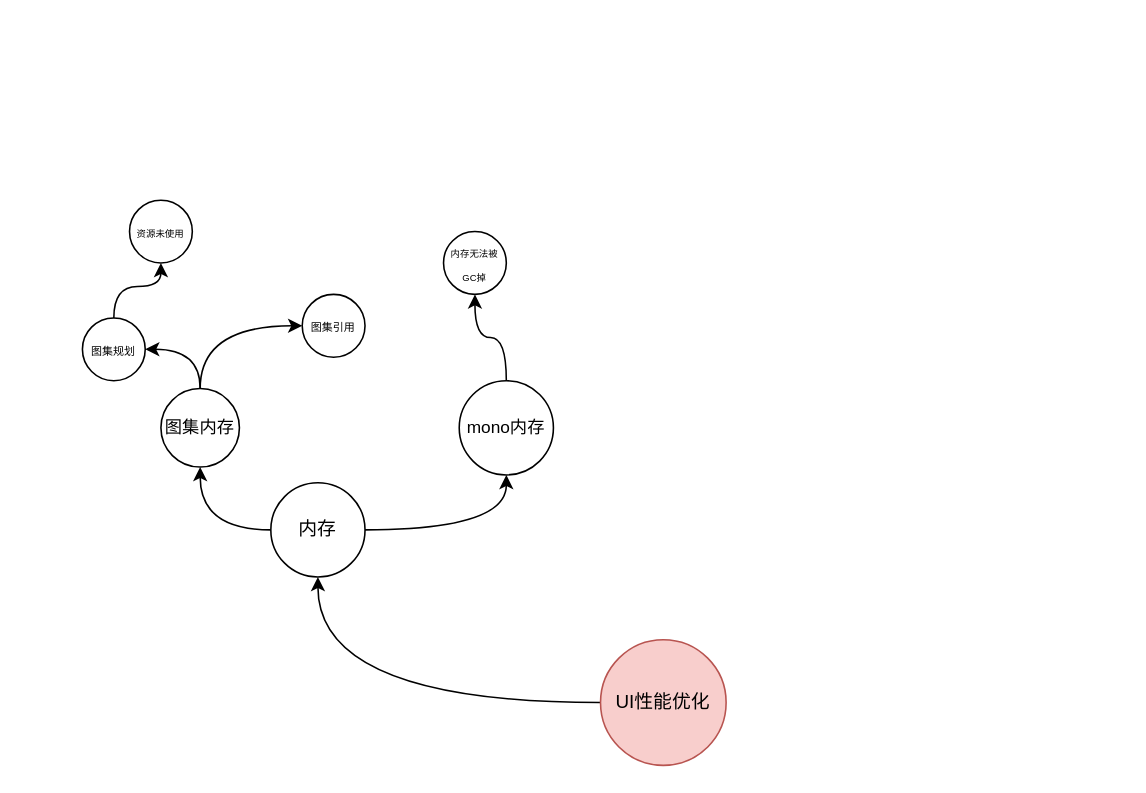
The draw.io diagram UI性能优化.drawio in RabbitMeatMeat/drawio_cloud, before the edit. Source tidied: cells renumbered, new cells numbered last; positions are measured from the earlier drawing's top-left corner, leaving out a move shared by most shapes. Both pictures are drawn from the tidied source at 157%, with x=0, y=0 at pixel (82, 199).
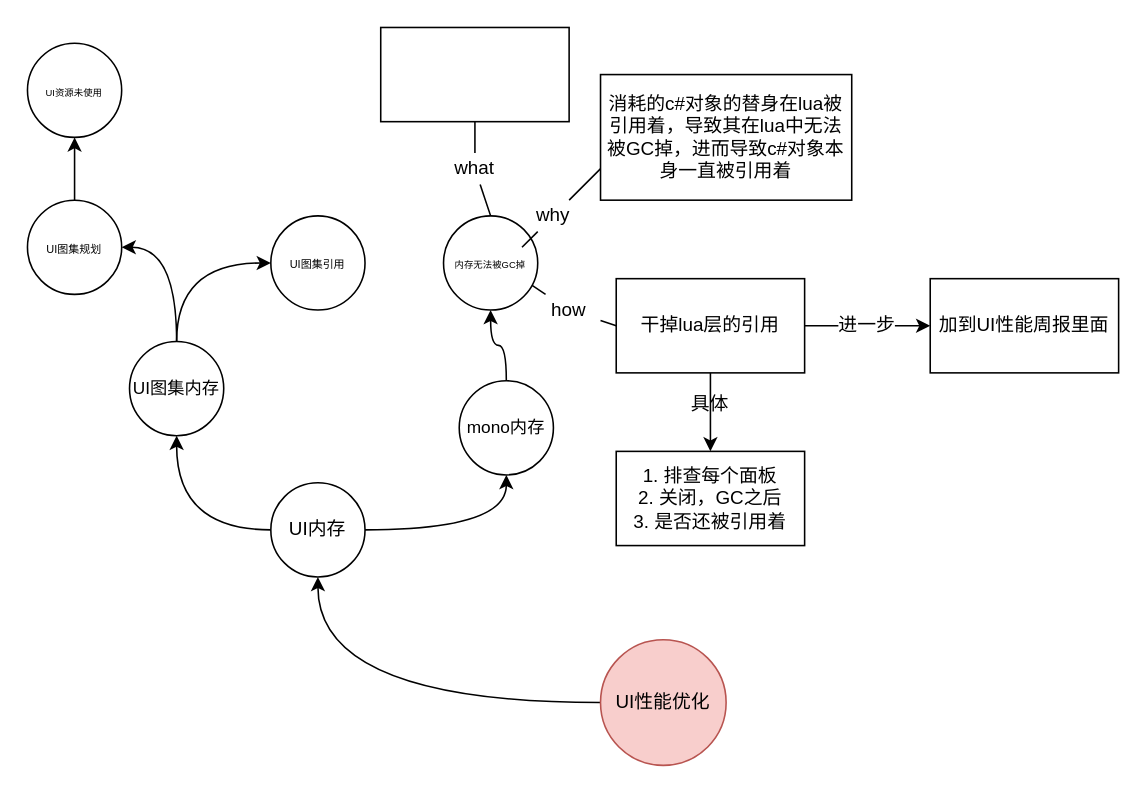
Above is the later version.

Commit message:
更新UI性能优化.drawio

The edit, as a diff of the source:
```diff
@@
+    <mxCell id="17" style="endArrow=none;html=1;" parent="1" edge="1" source="20">
+      <mxGeometry relative="1" as="geometry">
+        <mxPoint x="280" y="50" as="targetPoint" />
+      </mxGeometry>
+    </mxCell>
+    <mxCell id="18" style="endArrow=none;html=1;" parent="1" edge="1" source="22">
+      <mxGeometry relative="1" as="geometry">
+        <mxPoint x="330" y="-20" as="targetPoint" />
+        <Array as="points">
+          <mxPoint x="340" y="-30" />
+        </Array>
+      </mxGeometry>
+    </mxCell>
@@
-    <mxCell id="6" value="内存" style="ellipse;whiteSpace=wrap;html=1;" parent="1" vertex="1">
+    <mxCell id="6" value="UI内存" style="ellipse;whiteSpace=wrap;html=1;" parent="1" vertex="1">
       <mxGeometry x="120" y="180" width="60" height="60" as="geometry" />
     </mxCell>
@@
-    <mxCell id="11" value="&lt;font style=&quot;font-size: 11px&quot;&gt;图集内存&lt;/font&gt;" style="ellipse;whiteSpace=wrap;html=1;" parent="1" vertex="1">
-      <mxGeometry x="50" y="120" width="50" height="50" as="geometry" />
+    <mxCell id="11" value="&lt;font style=&quot;font-size: 11px&quot;&gt;UI图集内存&lt;/font&gt;" style="ellipse;whiteSpace=wrap;html=1;" parent="1" vertex="1">
+      <mxGeometry x="30" y="90" width="60" height="60" as="geometry" />
     </mxCell>
@@
-    <mxCell id="13" value="&lt;font style=&quot;font-size: 7px&quot;&gt;图集规划&lt;/font&gt;" style="ellipse;whiteSpace=wrap;html=1;" parent="1" vertex="1">
-      <mxGeometry y="75" width="40" height="40" as="geometry" />
+    <mxCell id="13" value="&lt;font style=&quot;font-size: 7px&quot;&gt;UI图集规划&lt;/font&gt;" style="ellipse;whiteSpace=wrap;html=1;" parent="1" vertex="1">
+      <mxGeometry x="-35" width="60" height="60" as="geometry" />
     </mxCell>
-    <mxCell id="14" value="&lt;font style=&quot;font-size: 7px ; line-height: 100%&quot;&gt;图集引用&lt;/font&gt;" style="ellipse;whiteSpace=wrap;html=1;" parent="1" vertex="1">
-      <mxGeometry x="140" y="60" width="40" height="40" as="geometry" />
+    <mxCell id="14" value="&lt;font style=&quot;font-size: 7px ; line-height: 100%&quot;&gt;UI图集引用&lt;/font&gt;" style="ellipse;whiteSpace=wrap;html=1;" parent="1" vertex="1">
+      <mxGeometry x="120" y="10" width="60" height="60" as="geometry" />
     </mxCell>
-    <mxCell id="15" value="&lt;div&gt;&lt;span style=&quot;font-size: 6px&quot;&gt;资源未使用&lt;/span&gt;&lt;/div&gt;" style="ellipse;whiteSpace=wrap;html=1;align=center;" parent="1" vertex="1">
-      <mxGeometry x="30" width="40" height="40" as="geometry" />
+    <mxCell id="15" value="&lt;div&gt;&lt;span style=&quot;font-size: 6px&quot;&gt;UI资源未使用&lt;/span&gt;&lt;/div&gt;" style="ellipse;whiteSpace=wrap;html=1;align=center;" parent="1" vertex="1">
+      <mxGeometry x="-35" y="-100" width="60" height="60" as="geometry" />
     </mxCell>
     <mxCell id="16" value="&lt;span style=&quot;font-size: 6px ; line-height: 120%&quot;&gt;内存无法被GC掉&lt;/span&gt;" style="ellipse;whiteSpace=wrap;html=1;align=center;" parent="1" vertex="1">
-      <mxGeometry x="230" y="20" width="40" height="40" as="geometry" />
+      <mxGeometry x="230" y="10" width="60" height="60" as="geometry" />
     </mxCell>
+    <mxCell id="19" value="消耗的c#对象的替身在lua被引用着，导致其在lua中无法被GC掉，进而导致c#对象本身一直被引用着" style="rounded=0;whiteSpace=wrap;html=1;" parent="1" vertex="1">
+      <mxGeometry x="330" y="-80" width="160" height="80" as="geometry" />
+    </mxCell>
+    <mxCell id="20" value="how" style="text;html=1;strokeColor=none;fillColor=none;align=center;verticalAlign=middle;whiteSpace=wrap;rounded=0;" parent="1" vertex="1">
+      <mxGeometry x="290" y="60" width="40" height="20" as="geometry" />
+    </mxCell>
+    <mxCell id="21" style="endArrow=none;html=1;" parent="1" edge="1" target="20">
+      <mxGeometry relative="1" as="geometry">
+        <mxPoint x="340" y="80" as="sourcePoint" />
+      </mxGeometry>
+    </mxCell>
+    <mxCell id="22" value="why" style="text;html=1;strokeColor=none;fillColor=none;align=center;verticalAlign=middle;whiteSpace=wrap;rounded=0;" parent="1" vertex="1">
+      <mxGeometry x="280" width="40" height="20" as="geometry" />
+    </mxCell>
+    <mxCell id="23" style="endArrow=none;html=1;" parent="1" edge="1" target="22">
+      <mxGeometry relative="1" as="geometry">
+        <mxPoint x="280" y="30" as="sourcePoint" />
+      </mxGeometry>
+    </mxCell>
+    <mxCell id="24" style="endArrow=none;html=1;exitX=0.5;exitY=0;exitDx=0;exitDy=0;" parent="1" edge="1" source="25">
+      <mxGeometry relative="1" as="geometry">
+        <mxPoint x="250" y="-50" as="targetPoint" />
+      </mxGeometry>
+    </mxCell>
+    <mxCell id="25" value="what" style="text;html=1;strokeColor=none;fillColor=none;align=center;verticalAlign=middle;whiteSpace=wrap;rounded=0;" parent="1" vertex="1">
+      <mxGeometry x="230" y="-30" width="40" height="20" as="geometry" />
+    </mxCell>
+    <mxCell id="26" style="endArrow=none;html=1;exitX=0.5;exitY=0;exitDx=0;exitDy=0;" parent="1" edge="1" source="16" target="25">
+      <mxGeometry relative="1" as="geometry" />
+    </mxCell>
+    <mxCell id="27" style="rounded=0;whiteSpace=wrap;html=1;" parent="1" vertex="1">
+      <mxGeometry x="190" y="-110" width="120" height="60" as="geometry" />
+    </mxCell>
+    <mxCell id="28" style="edgeStyle=orthogonalEdgeStyle;rounded=0;jettySize=auto;html=1;exitX=1;exitY=0.5;exitDx=0;exitDy=0;" parent="1" edge="1" source="30" target="31">
+      <mxGeometry relative="1" as="geometry" />
+    </mxCell>
+    <mxCell id="29" style="edgeStyle=orthogonalEdgeStyle;rounded=0;jettySize=auto;html=1;exitX=0.5;exitY=1;exitDx=0;exitDy=0;" parent="1" edge="1" source="30" target="33">
+      <mxGeometry relative="1" as="geometry" />
+    </mxCell>
+    <mxCell id="30" value="干掉lua层的引用" style="rounded=0;whiteSpace=wrap;html=1;" parent="1" vertex="1">
+      <mxGeometry x="340" y="50" width="120" height="60" as="geometry" />
+    </mxCell>
+    <mxCell id="31" value="加到UI性能周报里面" style="rounded=0;whiteSpace=wrap;html=1;" parent="1" vertex="1">
+      <mxGeometry x="540" y="50" width="120" height="60" as="geometry" />
+    </mxCell>
+    <mxCell id="32" value="&lt;span style=&quot;background-color: rgb(255 , 255 , 255)&quot;&gt;进一步&lt;/span&gt;" style="text;html=1;align=center;verticalAlign=middle;whiteSpace=wrap;rounded=0;" parent="1" vertex="1">
+      <mxGeometry x="480" y="70" width="40" height="20" as="geometry" />
+    </mxCell>
+    <mxCell id="33" value="1. 排查每个面板&lt;br&gt;2. 关闭，GC之后&lt;br&gt;3. 是否还被引用着" style="rounded=0;whiteSpace=wrap;html=1;" parent="1" vertex="1">
+      <mxGeometry x="340" y="160" width="120" height="60" as="geometry" />
+    </mxCell>
+    <mxCell id="34" value="具体" style="text;html=1;strokeColor=none;fillColor=none;align=center;verticalAlign=middle;whiteSpace=wrap;rounded=0;" parent="1" vertex="1">
+      <mxGeometry x="380" y="120" width="40" height="20" as="geometry" />
+    </mxCell>
```
